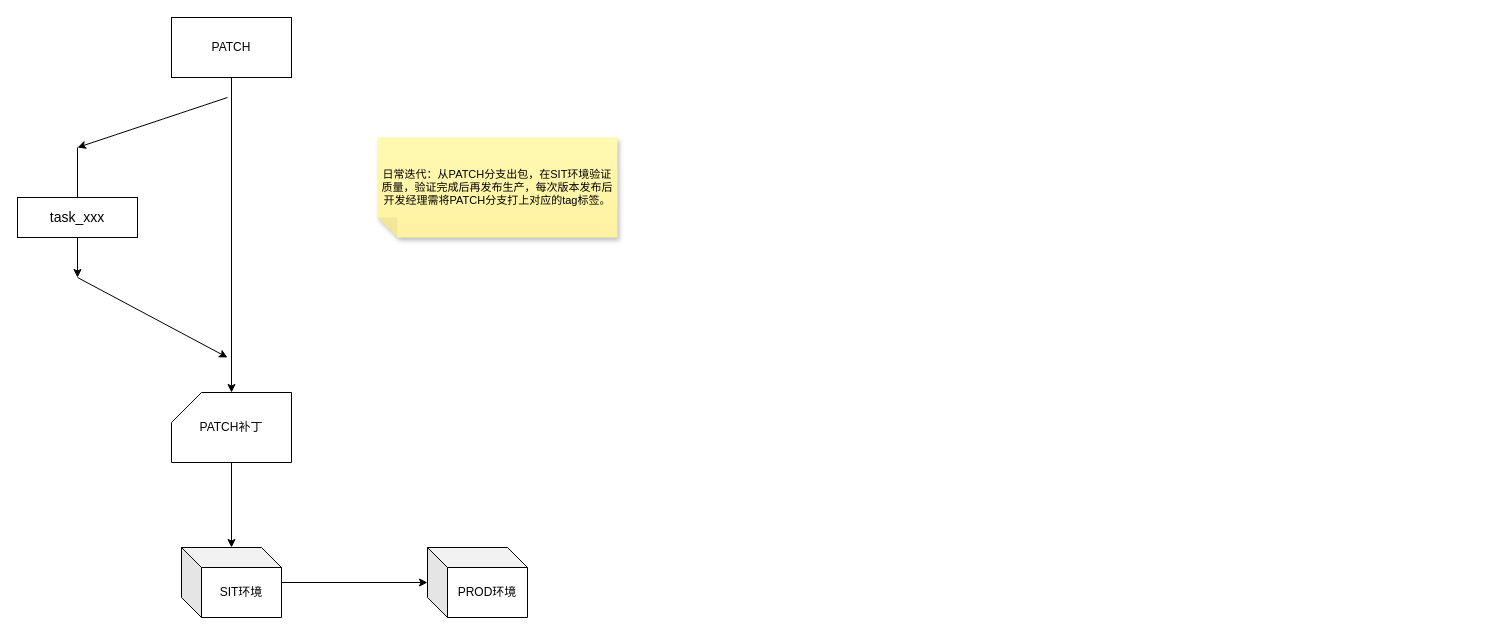
Above: 上线流程规范.drawio in Alphathur/diagram (draw.io), before the change. Source tidied: cells renumbered, new cells numbered last; positions are measured from the earlier drawing's top-left corner, leaving out a move shared by most shapes. Both pictures are drawn from the tidied source at 100%, with x=0, y=0 at pixel (17, 17).
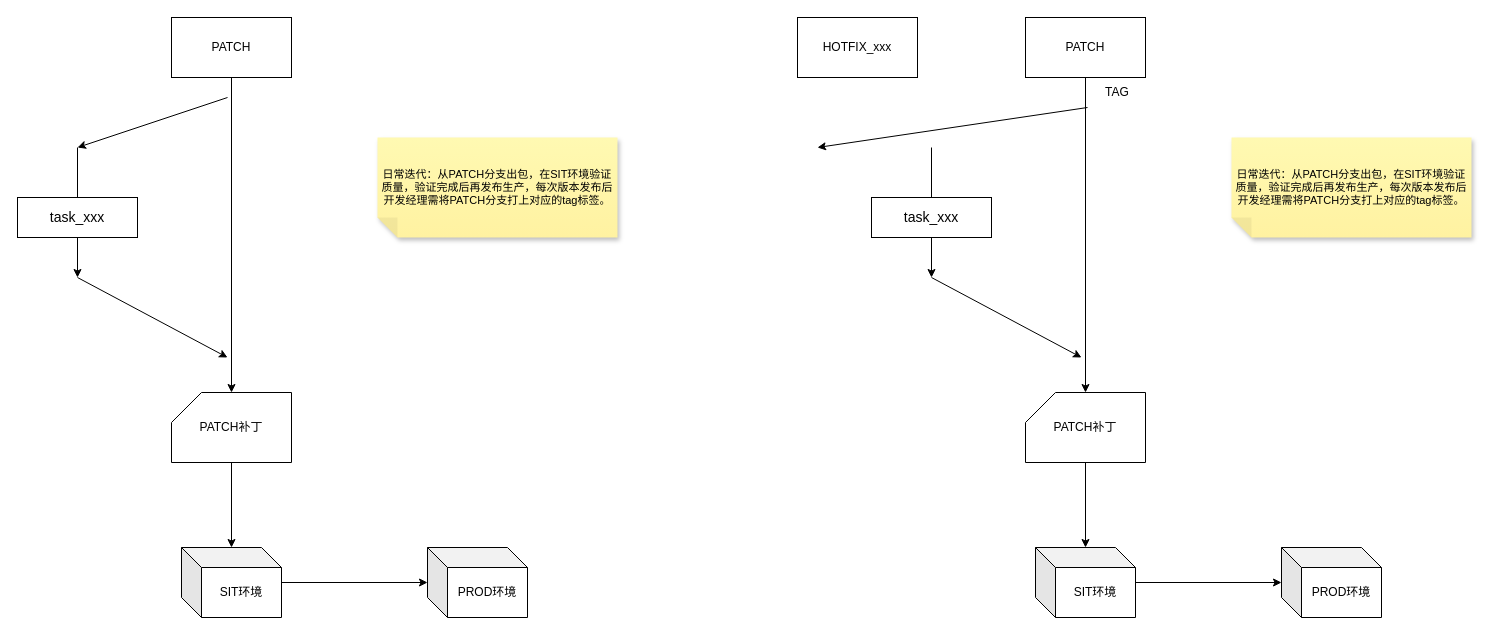
The same page after the edit.

Commit message:
更新上线流程规范.drawio

Diff of the diagram source:
```diff
@@
+    <mxCell id="15" style="edgeStyle=orthogonalEdgeStyle;rounded=0;jettySize=auto;html=1;" parent="1" edge="1" source="16" target="18">
+      <mxGeometry relative="1" as="geometry" />
+    </mxCell>
+    <mxCell id="16" value="PATCH" style="rounded=0;whiteSpace=wrap;html=1;" parent="1" vertex="1">
+      <mxGeometry x="1008" width="120" height="60" as="geometry" />
+    </mxCell>
+    <mxCell id="17" style="edgeStyle=orthogonalEdgeStyle;rounded=0;jettySize=auto;html=1;" parent="1" edge="1" source="18" target="25">
+      <mxGeometry relative="1" as="geometry" />
+    </mxCell>
+    <mxCell id="18" value="PATCH补丁" style="shape=card;whiteSpace=wrap;html=1;" parent="1" vertex="1">
+      <mxGeometry x="1008" y="375" width="120" height="70" as="geometry" />
+    </mxCell>
+    <mxCell id="19" value="&lt;font style=&quot;font-size: 14px;&quot;&gt;task_xxx&lt;/font&gt;" style="rounded=0;whiteSpace=wrap;html=1;" parent="1" vertex="1">
+      <mxGeometry x="854" y="180" width="120" height="40" as="geometry" />
+    </mxCell>
+    <mxCell id="20" style="endArrow=classic;html=1;rounded=0;" parent="1" edge="1">
+      <mxGeometry relative="1" as="geometry">
+        <mxPoint x="1070" y="90" as="sourcePoint" />
+        <mxPoint x="800" y="130" as="targetPoint" />
+      </mxGeometry>
+    </mxCell>
+    <mxCell id="21" style="endArrow=none;html=1;rounded=0;" parent="1" edge="1" source="19">
+      <mxGeometry relative="1" as="geometry">
+        <mxPoint x="914" y="130" as="targetPoint" />
+      </mxGeometry>
+    </mxCell>
+    <mxCell id="22" style="endArrow=classic;html=1;rounded=0;exitX=0.5;exitY=1;exitDx=0;exitDy=0;" parent="1" edge="1" source="19">
+      <mxGeometry relative="1" as="geometry">
+        <mxPoint x="914" y="260" as="targetPoint" />
+      </mxGeometry>
+    </mxCell>
+    <mxCell id="23" style="endArrow=classic;html=1;rounded=0;" parent="1" edge="1">
+      <mxGeometry relative="1" as="geometry">
+        <mxPoint x="914" y="260" as="sourcePoint" />
+        <mxPoint x="1064" y="340" as="targetPoint" />
+      </mxGeometry>
+    </mxCell>
+    <mxCell id="24" style="edgeStyle=orthogonalEdgeStyle;rounded=0;jettySize=auto;html=1;" parent="1" edge="1" source="25" target="26">
+      <mxGeometry relative="1" as="geometry" />
+    </mxCell>
+    <mxCell id="25" value="SIT环境" style="shape=cube;whiteSpace=wrap;html=1;boundedLbl=1;backgroundOutline=1;darkOpacity=0.05;darkOpacity2=0.1;rotation=0;" parent="1" vertex="1">
+      <mxGeometry x="1018" y="530" width="100" height="70" as="geometry" />
+    </mxCell>
+    <mxCell id="26" value="PROD环境" style="shape=cube;whiteSpace=wrap;html=1;boundedLbl=1;backgroundOutline=1;darkOpacity=0.05;darkOpacity2=0.1;rotation=0;" parent="1" vertex="1">
+      <mxGeometry x="1264" y="530" width="100" height="70" as="geometry" />
+    </mxCell>
+    <mxCell id="27" value="&lt;div&gt;&lt;font face=&quot;Helvetica&quot; style=&quot;font-size: 11px;&quot;&gt;日常迭代：从PATCH分支出包，在SIT环境验证&lt;/font&gt;&lt;/div&gt;&lt;div&gt;&lt;font face=&quot;Helvetica&quot; style=&quot;font-size: 11px;&quot;&gt;质量，验证完成后再发布生产，每次版本发布后&lt;/font&gt;&lt;/div&gt;&lt;div&gt;&lt;font face=&quot;Helvetica&quot; style=&quot;font-size: 11px;&quot;&gt;开发经理需将PATCH分支打上对应的tag标签。&lt;/font&gt;&lt;/div&gt;" style="shape=note;whiteSpace=wrap;html=1;backgroundOutline=1;autosizeText=1;fontColor=#000000;darkOpacity=0.05;fillColor=#FFF9B2;strokeColor=none;fillStyle=solid;fontSize=6;direction=west;gradientDirection=north;gradientColor=#FFF2A1;shadow=1;size=20;" parent="1" vertex="1">
+      <mxGeometry x="1214" y="120" width="240" height="100" as="geometry" />
+    </mxCell>
+    <mxCell id="28" value="HOTFIX_xxx" style="rounded=0;whiteSpace=wrap;html=1;" parent="1" vertex="1">
+      <mxGeometry x="780" width="120" height="60" as="geometry" />
+    </mxCell>
+    <mxCell id="29" value="TAG" style="text;html=1;whiteSpace=wrap;strokeColor=none;fillColor=none;align=center;verticalAlign=middle;rounded=0;" parent="1" vertex="1">
+      <mxGeometry x="1070" y="60" width="60" height="30" as="geometry" />
+    </mxCell>
```
